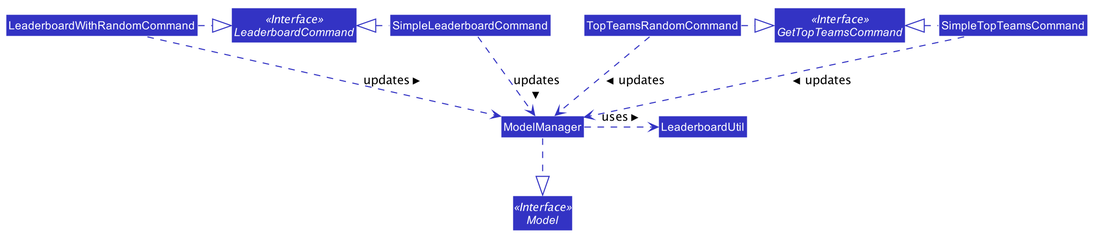
The PlantUML diagram docs/images/LeaderBoardClassDiagram.png in AY1920S1-CS2103T-F11-1/main, before a commit.
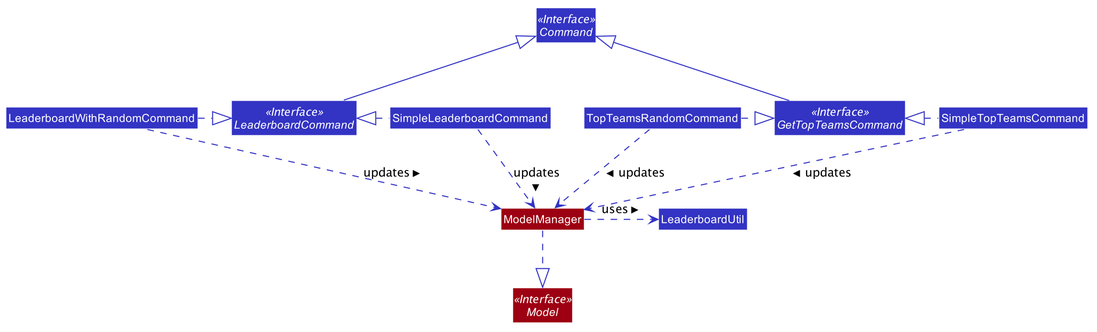
The same diagram one commit later.

What changed in the source:
```diff
@@ -53,13 +53,14 @@
 
 Interface LeaderboardCommand <<Interface>>
 Interface GetTopTeamsCommand <<Interface>>
-Interface Model <<Interface>>
+Interface Model <<Interface>> #9D0012
+Interface Command <<Interface>>
 
 Class SimpleLeaderboardCommand
 Class LeaderboardWithRandomCommand
 Class SimpleTopTeamsCommand
 Class TopTeamsRandomCommand
-Class ModelManager
+Class ModelManager #9D0012
 Class LeaderboardUtil
 
 SimpleLeaderboardCommand .left.|> LeaderboardCommand
@@ -69,6 +70,9 @@
 TopTeamsRandomCommand .right.|> GetTopTeamsCommand
 ModelManager .down.|> Model
 
+LeaderboardCommand -up-|> Command
+GetTopTeamsCommand -up-|> Command
+
 SimpleLeaderboardCommand .-> ModelManager : updates >
 LeaderboardWithRandomCommand .-> ModelManager : updates >
 SimpleTopTeamsCommand .-> ModelManager : updates >
```
